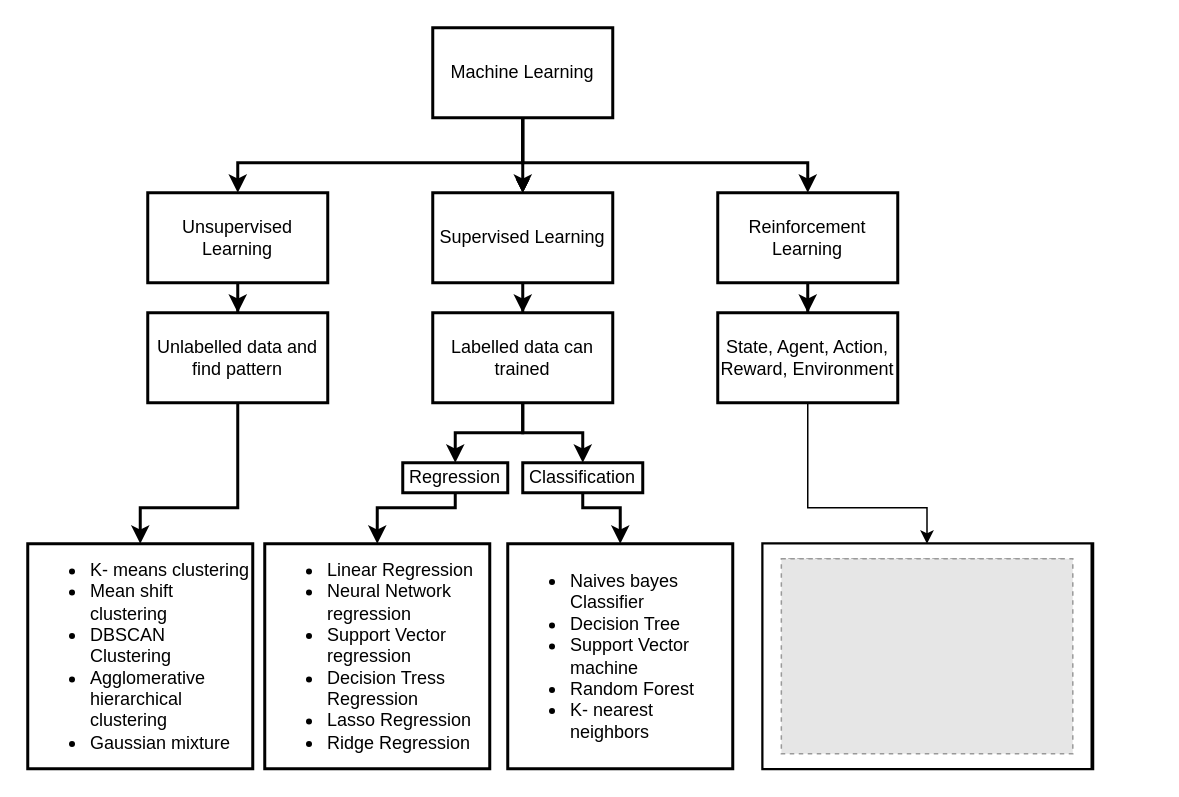
Before: RL.drawio in bapukokare/assignment, a draw.io diagram. Source tidied: cells renumbered, new cells numbered last; positions are measured from the earlier drawing's top-left corner, leaving out a move shared by most shapes. Both pictures are drawn from the tidied source at 150%, with x=0, y=0 at pixel (27, 27). Pictures stored in the file or linked from it are replaced by grey dashed boxes.
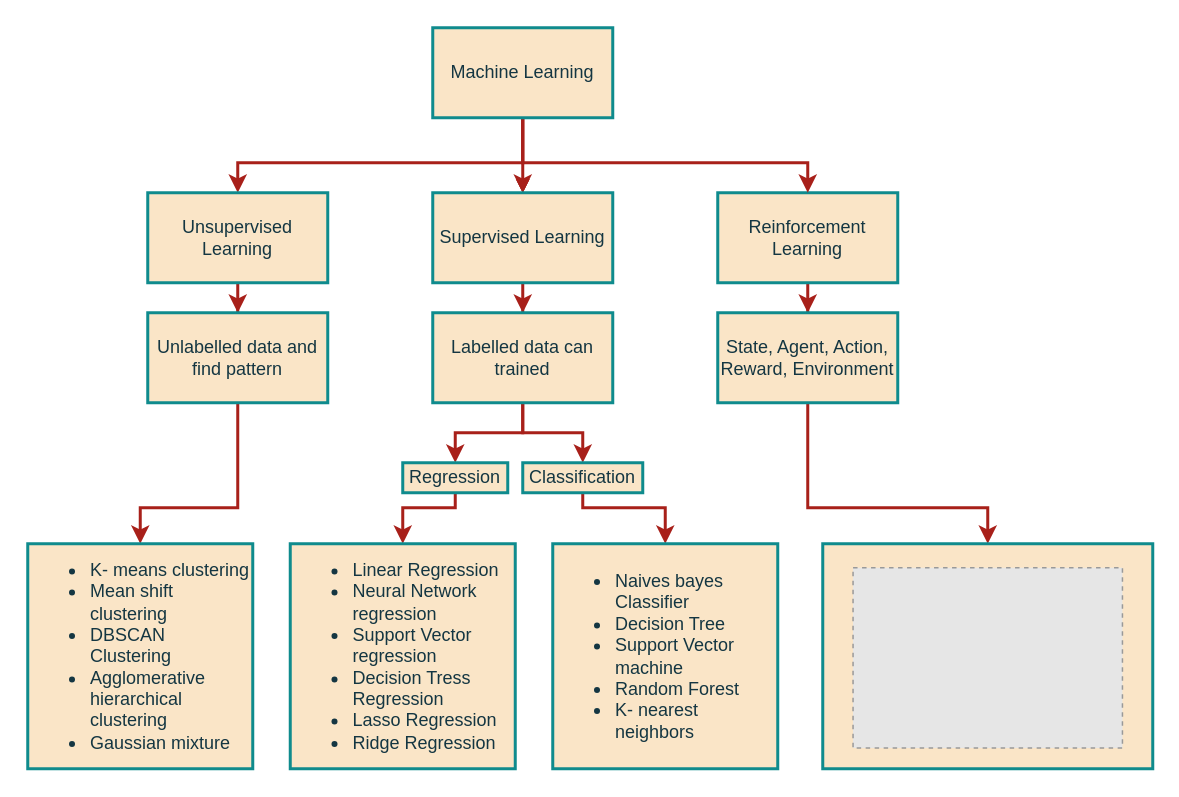
Above is the later version.

The edit, as a diff of the source:
```diff
@@
-    <mxCell id="2" style="edgeStyle=orthogonalEdgeStyle;rounded=0;jettySize=auto;html=1;entryX=0.5;entryY=0;entryDx=0;entryDy=0;labelBackgroundColor=none;fontColor=default;strokeWidth=2;" parent="1" edge="1" source="3" target="20">
+    <mxCell id="2" style="edgeStyle=orthogonalEdgeStyle;rounded=0;jettySize=auto;html=1;entryX=0.5;entryY=0;entryDx=0;entryDy=0;labelBackgroundColor=none;fontColor=default;strokeWidth=2;strokeColor=#A8201A;" parent="1" edge="1" source="3" target="20">
       <mxGeometry relative="1" as="geometry" />
     </mxCell>
-    <mxCell id="3" value="Reinforcement Learning" style="rounded=0;whiteSpace=wrap;html=1;labelBackgroundColor=none;strokeWidth=2;" parent="1" vertex="1">
+    <mxCell id="3" value="Reinforcement Learning" style="rounded=0;whiteSpace=wrap;html=1;labelBackgroundColor=none;strokeWidth=2;fillColor=#FAE5C7;strokeColor=#0F8B8D;fontColor=#143642;" parent="1" vertex="1">
       <mxGeometry x="460" y="110" width="120" height="60" as="geometry" />
     </mxCell>
-    <mxCell id="4" style="edgeStyle=orthogonalEdgeStyle;rounded=0;jettySize=auto;html=1;entryX=0.5;entryY=0;entryDx=0;entryDy=0;exitX=0.5;exitY=1;exitDx=0;exitDy=0;labelBackgroundColor=none;fontColor=default;strokeWidth=2;" parent="1" edge="1" source="9" target="13">
+    <mxCell id="4" style="edgeStyle=orthogonalEdgeStyle;rounded=0;jettySize=auto;html=1;entryX=0.5;entryY=0;entryDx=0;entryDy=0;exitX=0.5;exitY=1;exitDx=0;exitDy=0;labelBackgroundColor=none;fontColor=default;strokeWidth=2;strokeColor=#A8201A;" parent="1" edge="1" source="9" target="13">
       <mxGeometry relative="1" as="geometry">
         <Array as="points">
           <mxPoint x="330" y="90" />
           <mxPoint x="140" y="90" />
         </Array>
       </mxGeometry>
     </mxCell>
-    <mxCell id="5" style="edgeStyle=orthogonalEdgeStyle;rounded=0;jettySize=auto;html=1;entryX=0.5;entryY=0;entryDx=0;entryDy=0;labelBackgroundColor=none;fontColor=default;strokeWidth=2;" parent="1" edge="1" source="9" target="11">
+    <mxCell id="5" style="edgeStyle=orthogonalEdgeStyle;rounded=0;jettySize=auto;html=1;entryX=0.5;entryY=0;entryDx=0;entryDy=0;labelBackgroundColor=none;fontColor=default;strokeWidth=2;strokeColor=#A8201A;" parent="1" edge="1" source="9" target="11">
       <mxGeometry relative="1" as="geometry" />
     </mxCell>
-    <mxCell id="6" style="edgeStyle=orthogonalEdgeStyle;rounded=0;jettySize=auto;html=1;entryX=0.5;entryY=0;entryDx=0;entryDy=0;labelBackgroundColor=none;fontColor=default;strokeWidth=2;exitX=0.5;exitY=1;exitDx=0;exitDy=0;exitPerimeter=0;" parent="1" edge="1" source="9" target="3">
+    <mxCell id="6" style="edgeStyle=orthogonalEdgeStyle;rounded=0;jettySize=auto;html=1;entryX=0.5;entryY=0;entryDx=0;entryDy=0;labelBackgroundColor=none;fontColor=default;strokeWidth=2;exitX=0.5;exitY=1;exitDx=0;exitDy=0;exitPerimeter=0;strokeColor=#A8201A;" parent="1" edge="1" source="9" target="3">
       <mxGeometry relative="1" as="geometry">
         <Array as="points">
           <mxPoint x="330" y="90" />
           <mxPoint x="520" y="90" />
         </Array>
       </mxGeometry>
     </mxCell>
-    <mxCell id="7" style="edgeStyle=orthogonalEdgeStyle;rounded=0;jettySize=auto;html=1;labelBackgroundColor=none;fontColor=default;" parent="1" edge="1" source="9" target="11">
+    <mxCell id="7" style="edgeStyle=orthogonalEdgeStyle;rounded=0;jettySize=auto;html=1;labelBackgroundColor=none;fontColor=default;strokeColor=#A8201A;" parent="1" edge="1" source="9" target="11">
       <mxGeometry relative="1" as="geometry" />
     </mxCell>
-    <mxCell id="8" style="edgeStyle=orthogonalEdgeStyle;rounded=0;jettySize=auto;html=1;labelBackgroundColor=none;fontColor=default;" parent="1" edge="1" source="9" target="11">
+    <mxCell id="8" style="edgeStyle=orthogonalEdgeStyle;rounded=0;jettySize=auto;html=1;labelBackgroundColor=none;fontColor=default;strokeColor=#A8201A;" parent="1" edge="1" source="9" target="11">
       <mxGeometry relative="1" as="geometry" />
     </mxCell>
-    <mxCell id="9" value="Machine Learning" style="rounded=0;whiteSpace=wrap;html=1;labelBackgroundColor=none;strokeWidth=2;" parent="1" vertex="1">
+    <mxCell id="9" value="Machine Learning" style="rounded=0;whiteSpace=wrap;html=1;labelBackgroundColor=none;strokeWidth=2;fillColor=#FAE5C7;strokeColor=#0F8B8D;fontColor=#143642;" parent="1" vertex="1">
       <mxGeometry x="270" width="120" height="60" as="geometry" />
     </mxCell>
-    <mxCell id="10" style="edgeStyle=orthogonalEdgeStyle;rounded=0;jettySize=auto;html=1;labelBackgroundColor=none;fontColor=default;strokeWidth=2;" parent="1" edge="1" source="11" target="16">
+    <mxCell id="10" style="edgeStyle=orthogonalEdgeStyle;rounded=0;jettySize=auto;html=1;labelBackgroundColor=none;fontColor=default;strokeWidth=2;strokeColor=#A8201A;" parent="1" edge="1" source="11" target="16">
       <mxGeometry relative="1" as="geometry" />
     </mxCell>
-    <mxCell id="11" value="Supervised Learning" style="rounded=0;whiteSpace=wrap;html=1;labelBackgroundColor=none;strokeWidth=2;" parent="1" vertex="1">
+    <mxCell id="11" value="Supervised Learning" style="rounded=0;whiteSpace=wrap;html=1;labelBackgroundColor=none;strokeWidth=2;fillColor=#FAE5C7;strokeColor=#0F8B8D;fontColor=#143642;" parent="1" vertex="1">
       <mxGeometry x="270" y="110" width="120" height="60" as="geometry" />
     </mxCell>
-    <mxCell id="12" style="edgeStyle=orthogonalEdgeStyle;rounded=0;jettySize=auto;html=1;labelBackgroundColor=none;fontColor=default;strokeWidth=2;" parent="1" edge="1" source="13" target="18">
+    <mxCell id="12" style="edgeStyle=orthogonalEdgeStyle;rounded=0;jettySize=auto;html=1;labelBackgroundColor=none;fontColor=default;strokeWidth=2;strokeColor=#A8201A;" parent="1" edge="1" source="13" target="18">
       <mxGeometry relative="1" as="geometry" />
     </mxCell>
-    <mxCell id="13" value="Unsupervised Learning" style="rounded=0;whiteSpace=wrap;html=1;labelBackgroundColor=none;strokeWidth=2;" parent="1" vertex="1">
+    <mxCell id="13" value="Unsupervised Learning" style="rounded=0;whiteSpace=wrap;html=1;labelBackgroundColor=none;strokeWidth=2;fillColor=#FAE5C7;strokeColor=#0F8B8D;fontColor=#143642;" parent="1" vertex="1">
       <mxGeometry x="80" y="110" width="120" height="60" as="geometry" />
     </mxCell>
-    <mxCell id="14" style="edgeStyle=orthogonalEdgeStyle;rounded=0;jettySize=auto;html=1;labelBackgroundColor=none;fontColor=default;strokeWidth=2;" parent="1" edge="1" source="16" target="22">
+    <mxCell id="14" style="edgeStyle=orthogonalEdgeStyle;rounded=0;jettySize=auto;html=1;labelBackgroundColor=none;fontColor=default;strokeWidth=2;strokeColor=#A8201A;" parent="1" edge="1" source="16" target="22">
       <mxGeometry relative="1" as="geometry">
         <Array as="points">
           <mxPoint x="330" y="270" />
           <mxPoint x="285" y="270" />
         </Array>
       </mxGeometry>
     </mxCell>
-    <mxCell id="15" style="edgeStyle=orthogonalEdgeStyle;rounded=0;jettySize=auto;html=1;entryX=0.5;entryY=0;entryDx=0;entryDy=0;labelBackgroundColor=none;fontColor=default;strokeWidth=2;" parent="1" edge="1" source="16" target="24">
+    <mxCell id="15" style="edgeStyle=orthogonalEdgeStyle;rounded=0;jettySize=auto;html=1;entryX=0.5;entryY=0;entryDx=0;entryDy=0;labelBackgroundColor=none;fontColor=default;strokeWidth=2;strokeColor=#A8201A;" parent="1" edge="1" source="16" target="24">
       <mxGeometry relative="1" as="geometry">
         <Array as="points">
           <mxPoint x="330" y="270" />
           <mxPoint x="370" y="270" />
         </Array>
       </mxGeometry>
     </mxCell>
-    <mxCell id="16" value="Labelled data can trained" style="rounded=0;whiteSpace=wrap;html=1;labelBackgroundColor=none;strokeWidth=2;" parent="1" vertex="1">
+    <mxCell id="16" value="Labelled data can trained" style="rounded=0;whiteSpace=wrap;html=1;labelBackgroundColor=none;strokeWidth=2;fillColor=#FAE5C7;strokeColor=#0F8B8D;fontColor=#143642;" parent="1" vertex="1">
       <mxGeometry x="270" y="190" width="120" height="60" as="geometry" />
     </mxCell>
-    <mxCell id="17" style="edgeStyle=orthogonalEdgeStyle;rounded=0;jettySize=auto;html=1;exitX=0.5;exitY=1;exitDx=0;exitDy=0;entryX=0.5;entryY=0;entryDx=0;entryDy=0;labelBackgroundColor=none;fontColor=default;strokeWidth=2;" parent="1" edge="1" source="18" target="25">
+    <mxCell id="17" style="edgeStyle=orthogonalEdgeStyle;rounded=0;jettySize=auto;html=1;exitX=0.5;exitY=1;exitDx=0;exitDy=0;entryX=0.5;entryY=0;entryDx=0;entryDy=0;labelBackgroundColor=none;fontColor=default;strokeWidth=2;strokeColor=#A8201A;" parent="1" edge="1" source="18" target="25">
       <mxGeometry relative="1" as="geometry">
         <Array as="points">
           <mxPoint x="140" y="320" />
           <mxPoint x="75" y="320" />
         </Array>
       </mxGeometry>
     </mxCell>
-    <mxCell id="18" value="Unlabelled data and find pattern" style="whiteSpace=wrap;html=1;rounded=0;labelBackgroundColor=none;strokeWidth=2;" parent="1" vertex="1">
+    <mxCell id="18" value="Unlabelled data and find pattern" style="whiteSpace=wrap;html=1;rounded=0;labelBackgroundColor=none;strokeWidth=2;fillColor=#FAE5C7;strokeColor=#0F8B8D;fontColor=#143642;" parent="1" vertex="1">
       <mxGeometry x="80" y="190" width="120" height="60" as="geometry" />
     </mxCell>
-    <mxCell id="19" style="edgeStyle=orthogonalEdgeStyle;rounded=0;jettySize=auto;html=1;entryX=0.5;entryY=0;entryDx=0;entryDy=0;" parent="1" edge="1" source="20" target="30">
+    <mxCell id="19" style="edgeStyle=orthogonalEdgeStyle;rounded=0;jettySize=auto;html=1;entryX=0.5;entryY=0;entryDx=0;entryDy=0;fontSize=12;fillColor=#FAE5C7;labelBackgroundColor=none;strokeWidth=2;strokeColor=#A8201A;fontColor=default;" parent="1" edge="1" source="20" target="30">
       <mxGeometry relative="1" as="geometry">
         <Array as="points">
           <mxPoint x="520" y="320" />
-          <mxPoint x="600" y="320" />
+          <mxPoint x="640" y="320" />
         </Array>
       </mxGeometry>
     </mxCell>
-    <mxCell id="20" value="State, Agent, Action, Reward, Environment" style="rounded=0;whiteSpace=wrap;html=1;labelBackgroundColor=none;strokeWidth=2;" parent="1" vertex="1">
+    <mxCell id="20" value="State, Agent, Action, Reward, Environment" style="rounded=0;whiteSpace=wrap;html=1;labelBackgroundColor=none;strokeWidth=2;fillColor=#FAE5C7;strokeColor=#0F8B8D;fontColor=#143642;" parent="1" vertex="1">
       <mxGeometry x="460" y="190" width="120" height="60" as="geometry" />
     </mxCell>
-    <mxCell id="21" style="edgeStyle=orthogonalEdgeStyle;rounded=0;jettySize=auto;html=1;entryX=0.5;entryY=0;entryDx=0;entryDy=0;labelBackgroundColor=none;strokeWidth=2;fontColor=default;" parent="1" edge="1" source="22" target="28">
+    <mxCell id="21" style="edgeStyle=orthogonalEdgeStyle;rounded=0;jettySize=auto;html=1;entryX=0.5;entryY=0;entryDx=0;entryDy=0;labelBackgroundColor=none;strokeWidth=2;fontColor=default;strokeColor=#A8201A;" parent="1" edge="1" source="22" target="28">
       <mxGeometry relative="1" as="geometry">
         <Array as="points">
           <mxPoint x="285" y="320" />
-          <mxPoint x="233" y="320" />
+          <mxPoint x="250" y="320" />
         </Array>
       </mxGeometry>
     </mxCell>
-    <mxCell id="22" value="Regression" style="whiteSpace=wrap;html=1;rounded=0;labelBackgroundColor=none;strokeWidth=2;" parent="1" vertex="1">
+    <mxCell id="22" value="Regression" style="whiteSpace=wrap;html=1;rounded=0;labelBackgroundColor=none;strokeWidth=2;fillColor=#FAE5C7;strokeColor=#0F8B8D;fontColor=#143642;" parent="1" vertex="1">
       <mxGeometry x="250" y="290" width="70" height="20" as="geometry" />
     </mxCell>
-    <mxCell id="23" style="edgeStyle=orthogonalEdgeStyle;rounded=0;jettySize=auto;html=1;labelBackgroundColor=none;fontColor=default;entryX=0.5;entryY=0;entryDx=0;entryDy=0;strokeWidth=2;" parent="1" edge="1" source="24" target="27">
+    <mxCell id="23" style="edgeStyle=orthogonalEdgeStyle;rounded=0;jettySize=auto;html=1;labelBackgroundColor=none;fontColor=default;entryX=0.5;entryY=0;entryDx=0;entryDy=0;strokeWidth=2;strokeColor=#A8201A;" parent="1" edge="1" source="24" target="27">
       <mxGeometry relative="1" as="geometry">
         <Array as="points">
           <mxPoint x="370" y="320" />
-          <mxPoint x="395" y="320" />
+          <mxPoint x="425" y="320" />
         </Array>
       </mxGeometry>
     </mxCell>
-    <mxCell id="24" value="Classification" style="whiteSpace=wrap;html=1;rounded=0;labelBackgroundColor=none;strokeWidth=2;" parent="1" vertex="1">
+    <mxCell id="24" value="Classification" style="whiteSpace=wrap;html=1;rounded=0;labelBackgroundColor=none;strokeWidth=2;fillColor=#FAE5C7;strokeColor=#0F8B8D;fontColor=#143642;" parent="1" vertex="1">
       <mxGeometry x="330" y="290" width="80" height="20" as="geometry" />
     </mxCell>
-    <mxCell id="25" value="&lt;ul&gt;&lt;li&gt;K- means clustering&lt;/li&gt;&lt;li&gt;Mean shift clustering&lt;/li&gt;&lt;li&gt;DBSCAN Clustering&amp;nbsp;&lt;/li&gt;&lt;li&gt;Agglomerative hierarchical clustering&lt;/li&gt;&lt;li&gt;Gaussian mixture&lt;/li&gt;&lt;/ul&gt;" style="whiteSpace=wrap;html=1;rounded=0;align=left;labelBackgroundColor=none;strokeWidth=2;" parent="1" vertex="1">
+    <mxCell id="25" value="&lt;ul&gt;&lt;li&gt;K- means clustering&lt;/li&gt;&lt;li&gt;Mean shift clustering&lt;/li&gt;&lt;li&gt;DBSCAN Clustering&amp;nbsp;&lt;/li&gt;&lt;li&gt;Agglomerative hierarchical clustering&lt;/li&gt;&lt;li&gt;Gaussian mixture&lt;/li&gt;&lt;/ul&gt;" style="whiteSpace=wrap;html=1;rounded=0;align=left;labelBackgroundColor=none;strokeWidth=2;fillColor=#FAE5C7;strokeColor=#0F8B8D;fontColor=#143642;" parent="1" vertex="1">
       <mxGeometry y="344" width="150" height="150" as="geometry" />
     </mxCell>
-    <mxCell id="26" style="group;labelBackgroundColor=none;verticalAlign=middle;fillColor=default;strokeColor=default;rounded=0;strokeWidth=2;" parent="1" vertex="1">
-      <mxGeometry x="490" y="344" width="220" height="150" as="geometry" />
-    </mxCell>
-    <mxCell id="27" value="&lt;ul&gt;&lt;li&gt;Naives bayes Classifier&lt;/li&gt;&lt;li&gt;Decision Tree&amp;nbsp;&lt;/li&gt;&lt;li&gt;Support Vector machine&lt;/li&gt;&lt;li&gt;Random Forest&amp;nbsp;&lt;/li&gt;&lt;li&gt;K- nearest neighbors&amp;nbsp;&lt;/li&gt;&lt;/ul&gt;" style="whiteSpace=wrap;html=1;rounded=0;align=left;labelBackgroundColor=none;strokeWidth=2;" parent="1" vertex="1">
-      <mxGeometry x="320" y="344" width="150" height="150" as="geometry" />
+    <mxCell id="27" value="&lt;ul&gt;&lt;li&gt;Naives bayes Classifier&lt;/li&gt;&lt;li&gt;Decision Tree&amp;nbsp;&lt;/li&gt;&lt;li&gt;Support Vector machine&lt;/li&gt;&lt;li&gt;Random Forest&amp;nbsp;&lt;/li&gt;&lt;li&gt;K- nearest neighbors&amp;nbsp;&lt;/li&gt;&lt;/ul&gt;" style="whiteSpace=wrap;html=1;rounded=0;align=left;labelBackgroundColor=none;strokeWidth=2;fillColor=#FAE5C7;strokeColor=#0F8B8D;fontColor=#143642;" parent="1" vertex="1">
+      <mxGeometry x="350" y="344" width="150" height="150" as="geometry" />
     </mxCell>
-    <mxCell id="28" value="&lt;ul&gt;&lt;li&gt;Linear Regression&lt;/li&gt;&lt;li&gt;Neural Network regression&lt;/li&gt;&lt;li&gt;Support Vector regression&lt;/li&gt;&lt;li&gt;Decision Tress Regression&lt;/li&gt;&lt;li&gt;Lasso Regression&lt;/li&gt;&lt;li&gt;Ridge Regression&lt;/li&gt;&lt;/ul&gt;" style="whiteSpace=wrap;html=1;rounded=0;align=left;labelBackgroundColor=none;strokeWidth=2;" parent="1" vertex="1">
-      <mxGeometry x="158" y="344" width="150" height="150" as="geometry" />
+    <mxCell id="28" value="&lt;ul&gt;&lt;li&gt;Linear Regression&lt;/li&gt;&lt;li&gt;Neural Network regression&lt;/li&gt;&lt;li&gt;Support Vector regression&lt;/li&gt;&lt;li&gt;Decision Tress Regression&lt;/li&gt;&lt;li&gt;Lasso Regression&lt;/li&gt;&lt;li&gt;Ridge Regression&lt;/li&gt;&lt;/ul&gt;" style="whiteSpace=wrap;html=1;rounded=0;align=left;labelBackgroundColor=none;strokeWidth=2;fillColor=#FAE5C7;strokeColor=#0F8B8D;fontColor=#143642;" parent="1" vertex="1">
+      <mxGeometry x="175" y="344" width="150" height="150" as="geometry" />
     </mxCell>
-    <mxCell id="29" style="group;labelBackgroundColor=none;" parent="1" vertex="1">
-      <mxGeometry x="490" y="344" width="238" height="150" as="geometry" />
+    <mxCell id="29" style="group;labelBackgroundColor=none;fontColor=#143642;strokeWidth=2;" parent="1" vertex="1">
+      <mxGeometry x="530" y="344" width="220" height="150" as="geometry" />
     </mxCell>
-    <mxCell id="30" style="rounded=0;whiteSpace=wrap;html=1;labelBackgroundColor=none;" parent="29" vertex="1">
-      <mxGeometry width="219" height="150" as="geometry" />
+    <mxCell id="30" style="rounded=0;whiteSpace=wrap;html=1;labelBackgroundColor=none;fillColor=#FAE5C7;strokeColor=#0F8B8D;fontColor=#143642;strokeWidth=2;" parent="29" vertex="1">
+      <mxGeometry width="220" height="150" as="geometry" />
     </mxCell>
-    <mxCell id="31" style="fillColor=#E6E6E6;strokeColor=#999999;dashed=1;verticalLabelPosition=bottom;verticalAlign=top;labelBackgroundColor=none;" parent="29" vertex="1">
-      <mxGeometry x="17" y="10" width="184.9" height="123.8" as="geometry" />
-    </mxCell>
-    <mxCell id="32" style="fillColor=#E6E6E6;strokeColor=#999999;dashed=1;verticalLabelPosition=bottom;verticalAlign=top;labelBackgroundColor=none;" parent="29" vertex="1">
-      <mxGeometry x="12.4" y="10" width="194.3" height="130" as="geometry" />
+    <mxCell id="32" style="fillColor=#E6E6E6;strokeColor=#999999;dashed=1;verticalLabelPosition=bottom;verticalAlign=top;labelBackgroundColor=none;fontColor=#143642;" parent="29" vertex="1">
+      <mxGeometry x="20.2" y="16" width="179.6" height="120.2" as="geometry" />
     </mxCell>
```
